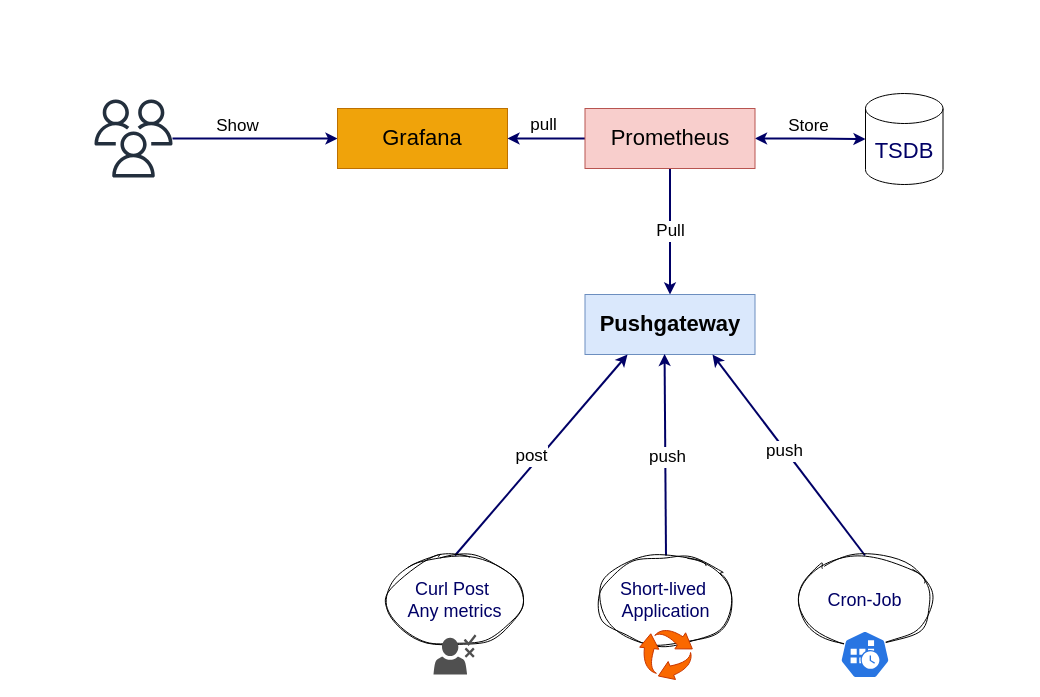
naren4b/k8s-monitoring keeps this draw.io diagram as k8s-prom-pushgateway.drawio. Above is the earlier version. Source tidied: cells renumbered, new cells numbered last; positions are measured from the earlier drawing's top-left corner, leaving out a move shared by most shapes. Both pictures are drawn from the tidied source at 100%, with x=0, y=0 at pixel (94, 93). Pictures stored in the file or linked from it are replaced by grey dashed boxes.
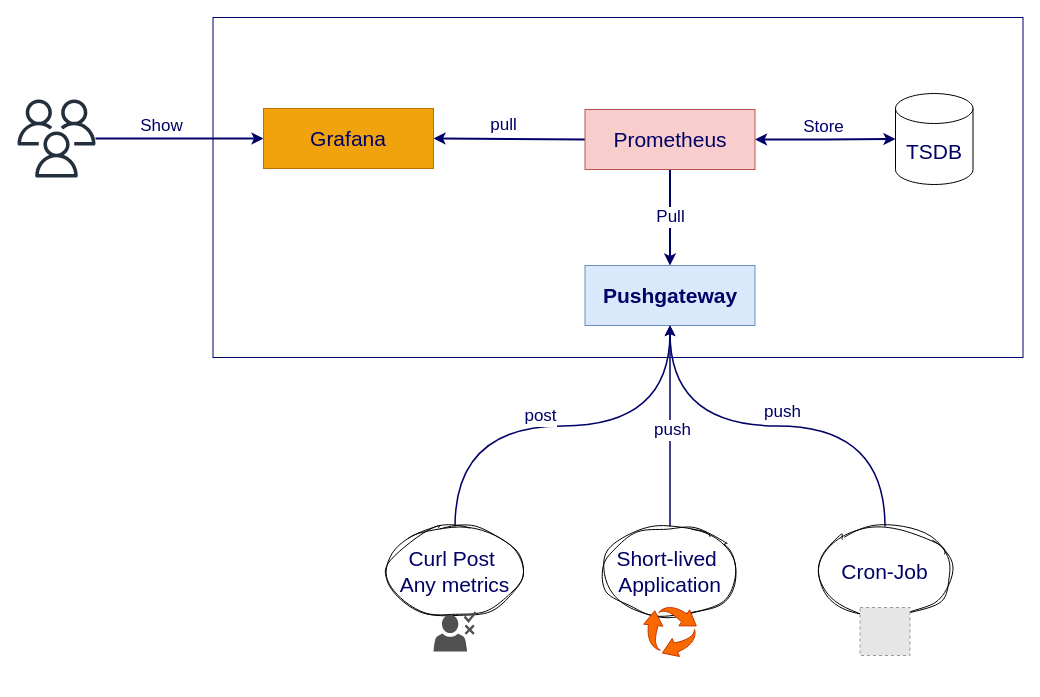
The same page after the edit.

What changed in the source:
```diff
@@
+    <mxCell id="26" style="rounded=0;whiteSpace=wrap;html=1;fillColor=none;strokeColor=#000066;fontSize=21;fontColor=#000066;glass=0;" parent="1" vertex="1">
+      <mxGeometry x="118.5" y="-76" width="810" height="340" as="geometry" />
+    </mxCell>
-    <mxCell id="2" value="&lt;font style=&quot;font-size: 17px;&quot;&gt;Pull&lt;/font&gt;" style="edgeStyle=orthogonalEdgeStyle;rounded=0;jettySize=auto;html=1;exitX=0.5;exitY=1;exitDx=0;exitDy=0;entryX=0.5;entryY=0;entryDx=0;entryDy=0;flowAnimation=1;strokeWidth=2;strokeColor=#000066;labelBackgroundColor=default;" parent="1" edge="1" source="7" target="8">
+    <mxCell id="2" value="&lt;font style=&quot;font-size: 17px;&quot;&gt;Pull&lt;/font&gt;" style="edgeStyle=orthogonalEdgeStyle;rounded=0;jettySize=auto;html=1;exitX=0.5;exitY=1;exitDx=0;exitDy=0;entryX=0.5;entryY=0;entryDx=0;entryDy=0;flowAnimation=1;strokeWidth=2;strokeColor=#000066;labelBackgroundColor=default;fontSize=17;fontColor=#000066;" parent="1" edge="1" source="7" target="8">
       <mxGeometry relative="1" as="geometry" />
     </mxCell>
-    <mxCell id="3" style="rounded=0;jettySize=auto;html=1;exitX=0;exitY=0.5;exitDx=0;exitDy=0;entryX=1;entryY=0.5;entryDx=0;entryDy=0;flowAnimation=1;strokeWidth=2;strokeColor=#000066;" parent="1" edge="1" source="7" target="21">
+    <mxCell id="3" style="rounded=0;jettySize=auto;html=1;exitX=0;exitY=0.5;exitDx=0;exitDy=0;entryX=1;entryY=0.5;entryDx=0;entryDy=0;flowAnimation=1;strokeWidth=2;strokeColor=#000066;fontSize=17;fontColor=#000066;" parent="1" edge="1" source="7" target="21">
       <mxGeometry relative="1" as="geometry" />
     </mxCell>
-    <mxCell id="4" value="&lt;font style=&quot;font-size: 17px;&quot;&gt;pull&lt;/font&gt;" style="edgeLabel;html=1;align=center;verticalAlign=middle;" parent="3" vertex="1">
+    <mxCell id="4" value="&lt;font style=&quot;font-size: 17px;&quot;&gt;pull&lt;/font&gt;" style="edgeLabel;html=1;align=center;verticalAlign=middle;fontSize=17;fontColor=#000066;" parent="3" vertex="1">
       <mxGeometry x="0.08" y="-1" relative="1" as="geometry">
         <mxPoint y="-13" as="offset" />
       </mxGeometry>
     </mxCell>
-    <mxCell id="5" style="edgeStyle=orthogonalEdgeStyle;rounded=0;jettySize=auto;html=1;startArrow=classic;startFill=1;flowAnimation=1;strokeWidth=2;strokeColor=#000066;" parent="1" edge="1" source="7" target="9">
+    <mxCell id="5" style="edgeStyle=orthogonalEdgeStyle;rounded=0;jettySize=auto;html=1;startArrow=classic;startFill=1;flowAnimation=1;strokeWidth=2;strokeColor=#000066;fontSize=17;fontColor=#000066;" parent="1" edge="1" source="7" target="9">
       <mxGeometry relative="1" as="geometry" />
     </mxCell>
-    <mxCell id="6" value="&lt;font style=&quot;font-size: 17px;&quot;&gt;Store&lt;/font&gt;" style="edgeLabel;html=1;align=center;verticalAlign=middle;" parent="5" vertex="1">
+    <mxCell id="6" value="&lt;font style=&quot;font-size: 17px;&quot;&gt;Store&lt;/font&gt;" style="edgeLabel;html=1;align=center;verticalAlign=middle;fontSize=17;fontColor=#000066;" parent="5" vertex="1">
       <mxGeometry x="-0.04" relative="1" as="geometry">
         <mxPoint y="-13" as="offset" />
       </mxGeometry>
     </mxCell>
-    <mxCell id="7" value="Prometheus" style="rounded=0;whiteSpace=wrap;html=1;fontSize=22;fillColor=#f8cecc;strokeColor=#b85450;" parent="1" vertex="1">
-      <mxGeometry x="490.5" y="15" width="170" height="60" as="geometry" />
+    <mxCell id="7" value="Prometheus" style="rounded=0;whiteSpace=wrap;html=1;fontSize=21;fillColor=#f8cecc;strokeColor=#b85450;fontColor=#000066;" parent="1" vertex="1">
+      <mxGeometry x="490.5" y="16" width="170" height="60" as="geometry" />
     </mxCell>
-    <mxCell id="8" value="Pushgateway" style="rounded=0;whiteSpace=wrap;html=1;fontSize=22;fontStyle=1;fillColor=#dae8fc;strokeColor=#6c8ebf;" parent="1" vertex="1">
-      <mxGeometry x="490.5" y="201" width="170" height="60" as="geometry" />
+    <mxCell id="8" value="Pushgateway" style="rounded=0;whiteSpace=wrap;html=1;fontSize=21;fontStyle=1;fillColor=#dae8fc;strokeColor=#6c8ebf;fontColor=#000066;" parent="1" vertex="1">
+      <mxGeometry x="490.5" y="172" width="170" height="60" as="geometry" />
     </mxCell>
-    <mxCell id="9" value="TSDB" style="shape=cylinder3;whiteSpace=wrap;html=1;boundedLbl=1;backgroundOutline=1;size=15;fontSize=22;fontColor=#000066;" parent="1" vertex="1">
-      <mxGeometry x="771" width="77.5" height="91" as="geometry" />
+    <mxCell id="9" value="TSDB" style="shape=cylinder3;whiteSpace=wrap;html=1;boundedLbl=1;backgroundOutline=1;size=15;fontSize=21;fontColor=#000066;" parent="1" vertex="1">
+      <mxGeometry x="801" width="77.5" height="91" as="geometry" />
     </mxCell>
-    <mxCell id="10" style="rounded=0;jettySize=auto;html=1;exitX=0.5;exitY=0;exitDx=0;exitDy=0;entryX=0.468;entryY=0.99;entryDx=0;entryDy=0;flowAnimation=1;strokeWidth=2;strokeColor=#000066;entryPerimeter=0;" parent="1" edge="1" source="12" target="8">
+    <mxCell id="10" style="rounded=0;jettySize=auto;html=1;exitX=0.5;exitY=0;exitDx=0;exitDy=0;flowAnimation=1;strokeWidth=1.5;strokeColor=#000066;edgeStyle=orthogonalEdgeStyle;curved=1;fontSize=17;fontColor=#000066;" parent="1" edge="1" source="12" target="8">
       <mxGeometry relative="1" as="geometry" />
     </mxCell>
-    <mxCell id="11" value="&lt;font style=&quot;font-size: 17px;&quot;&gt;push&lt;/font&gt;" style="edgeLabel;html=1;align=center;verticalAlign=middle;" parent="10" vertex="1">
+    <mxCell id="11" value="&lt;font style=&quot;font-size: 17px;&quot;&gt;push&lt;/font&gt;" style="edgeLabel;html=1;align=center;verticalAlign=middle;fontSize=17;fontColor=#000066;" parent="10" vertex="1">
       <mxGeometry x="-0.03" y="-2" relative="1" as="geometry" />
     </mxCell>
-    <mxCell id="12" value="Short-lived&amp;nbsp;&lt;div style=&quot;font-size: 18px;&quot;&gt;Application&lt;/div&gt;" style="ellipse;whiteSpace=wrap;html=1;fontSize=18;fontColor=#000066;sketch=1;curveFitting=1;jiggle=2;fillColor=none;" parent="1" vertex="1">
-      <mxGeometry x="504" y="462" width="135" height="90" as="geometry" />
+    <mxCell id="12" value="Short-lived&amp;nbsp;&lt;div style=&quot;font-size: 21px;&quot;&gt;Application&lt;/div&gt;" style="ellipse;whiteSpace=wrap;html=1;fontSize=21;fontColor=#000066;sketch=1;curveFitting=1;jiggle=2;fillColor=none;" parent="1" vertex="1">
+      <mxGeometry x="508" y="433" width="135" height="90" as="geometry" />
     </mxCell>
-    <mxCell id="13" style="rounded=0;jettySize=auto;html=1;exitX=0.5;exitY=0;exitDx=0;exitDy=0;entryX=0.75;entryY=1;entryDx=0;entryDy=0;flowAnimation=1;strokeWidth=2;strokeColor=#000066;" parent="1" edge="1" source="15" target="8">
+    <mxCell id="13" style="rounded=0;jettySize=auto;html=1;exitX=0.5;exitY=0;exitDx=0;exitDy=0;flowAnimation=1;strokeWidth=1.5;strokeColor=#000066;edgeStyle=orthogonalEdgeStyle;curved=1;fontSize=17;fontColor=#000066;" parent="1" edge="1" source="15" target="8">
       <mxGeometry relative="1" as="geometry" />
     </mxCell>
-    <mxCell id="14" value="&lt;font style=&quot;font-size: 17px;&quot;&gt;push&lt;/font&gt;" style="edgeLabel;html=1;align=center;verticalAlign=middle;" parent="13" vertex="1">
-      <mxGeometry x="0.05" y="1" relative="1" as="geometry" />
+    <mxCell id="14" value="&lt;font style=&quot;font-size: 17px;&quot;&gt;push&lt;/font&gt;" style="edgeLabel;html=1;align=center;verticalAlign=middle;fontSize=17;fontColor=#000066;" parent="13" vertex="1">
+      <mxGeometry x="0.05" y="1" relative="1" as="geometry">
+        <mxPoint x="14" y="-15" as="offset" />
+      </mxGeometry>
     </mxCell>
-    <mxCell id="15" value="Cron-Job" style="ellipse;whiteSpace=wrap;html=1;fontSize=18;fontColor=#000066;sketch=1;curveFitting=1;jiggle=2;fillColor=none;" parent="1" vertex="1">
-      <mxGeometry x="703" y="462" width="135" height="90" as="geometry" />
+    <mxCell id="15" value="Cron-Job" style="ellipse;whiteSpace=wrap;html=1;fontSize=21;fontColor=#000066;sketch=1;curveFitting=1;jiggle=2;fillColor=none;" parent="1" vertex="1">
+      <mxGeometry x="723" y="433" width="135" height="90" as="geometry" />
     </mxCell>
-    <mxCell id="16" style="rounded=0;jettySize=auto;html=1;exitX=0.5;exitY=0;exitDx=0;exitDy=0;entryX=0.25;entryY=1;entryDx=0;entryDy=0;flowAnimation=1;strokeWidth=2;strokeColor=#000066;" parent="1" edge="1" source="18" target="8">
+    <mxCell id="16" style="rounded=0;jettySize=auto;html=1;exitX=0.5;exitY=0;exitDx=0;exitDy=0;entryX=0.5;entryY=1;entryDx=0;entryDy=0;flowAnimation=1;strokeWidth=1.5;strokeColor=#000066;edgeStyle=orthogonalEdgeStyle;curved=1;fontSize=17;fontColor=#000066;" parent="1" edge="1" source="18" target="8">
       <mxGeometry relative="1" as="geometry" />
     </mxCell>
-    <mxCell id="17" value="&lt;font style=&quot;font-size: 17px;&quot;&gt;post&lt;/font&gt;" style="edgeLabel;html=1;align=center;verticalAlign=middle;" parent="16" vertex="1">
+    <mxCell id="17" value="&lt;font style=&quot;font-size: 17px;&quot;&gt;post&lt;/font&gt;" style="edgeLabel;html=1;align=center;verticalAlign=middle;fontSize=17;fontColor=#000066;" parent="16" vertex="1">
       <mxGeometry x="-0.11" y="1" relative="1" as="geometry">
         <mxPoint y="-9" as="offset" />
       </mxGeometry>
     </mxCell>
-    <mxCell id="18" value="Curl Post&amp;nbsp;&lt;div style=&quot;font-size: 18px;&quot;&gt;Any metrics&lt;/div&gt;" style="ellipse;whiteSpace=wrap;html=1;fontSize=18;fontColor=#000066;sketch=1;curveFitting=1;jiggle=2;fillColor=none;" parent="1" vertex="1">
-      <mxGeometry x="293" y="462" width="135" height="90" as="geometry" />
+    <mxCell id="18" value="Curl Post&amp;nbsp;&lt;div style=&quot;font-size: 21px;&quot;&gt;Any metrics&lt;/div&gt;" style="ellipse;whiteSpace=wrap;html=1;fontSize=21;fontColor=#000066;sketch=1;curveFitting=1;jiggle=2;fillColor=none;" parent="1" vertex="1">
+      <mxGeometry x="293" y="433" width="135" height="90" as="geometry" />
     </mxCell>
-    <mxCell id="19" style="edgeStyle=orthogonalEdgeStyle;rounded=0;jettySize=auto;html=1;entryX=0;entryY=0.5;entryDx=0;entryDy=0;flowAnimation=1;strokeWidth=2;strokeColor=#000066;" parent="1" edge="1" source="22" target="21">
+    <mxCell id="19" style="edgeStyle=orthogonalEdgeStyle;rounded=0;jettySize=auto;html=1;entryX=0;entryY=0.5;entryDx=0;entryDy=0;flowAnimation=1;strokeWidth=2;strokeColor=#000066;fontSize=17;fontColor=#000066;" parent="1" edge="1" source="22" target="21">
       <mxGeometry relative="1" as="geometry" />
     </mxCell>
-    <mxCell id="20" value="&lt;font style=&quot;font-size: 17px;&quot;&gt;Show&lt;/font&gt;" style="edgeLabel;html=1;align=center;verticalAlign=middle;" parent="19" vertex="1">
+    <mxCell id="20" value="&lt;font style=&quot;font-size: 17px;&quot;&gt;Show&lt;/font&gt;" style="edgeLabel;html=1;align=center;verticalAlign=middle;fontSize=17;fontColor=#000066;" parent="19" vertex="1">
       <mxGeometry x="-0.24" y="7" relative="1" as="geometry">
         <mxPoint x="1" y="-6" as="offset" />
       </mxGeometry>
     </mxCell>
-    <mxCell id="21" value="Grafana" style="rounded=0;whiteSpace=wrap;html=1;fontSize=22;fontColor=#000000;fillColor=#f0a30a;strokeColor=#BD7000;" parent="1" vertex="1">
-      <mxGeometry x="243" y="15" width="170" height="60" as="geometry" />
+    <mxCell id="21" value="Grafana" style="rounded=0;whiteSpace=wrap;html=1;fontSize=21;fontColor=#000066;fillColor=#f0a30a;strokeColor=#BD7000;" parent="1" vertex="1">
+      <mxGeometry x="169" y="15" width="170" height="60" as="geometry" />
     </mxCell>
-    <mxCell id="22" style="sketch=0;outlineConnect=0;fontColor=#000066;gradientColor=none;fillColor=#232F3D;strokeColor=none;dashed=0;verticalLabelPosition=bottom;verticalAlign=top;align=center;html=1;fontSize=22;fontStyle=0;shape=mxgraph.aws4.users;" parent="1" vertex="1">
-      <mxGeometry y="6" width="78" height="78" as="geometry" />
+    <mxCell id="22" style="sketch=0;outlineConnect=0;fontColor=#000066;gradientColor=none;fillColor=#232F3D;strokeColor=none;dashed=0;verticalLabelPosition=bottom;verticalAlign=top;align=center;html=1;fontSize=21;fontStyle=0;shape=mxgraph.aws4.users;" parent="1" vertex="1">
+      <mxGeometry x="-77" y="6" width="78" height="78" as="geometry" />
     </mxCell>
-    <mxCell id="23" style="sketch=0;shadow=0;dashed=0;html=1;strokeColor=none;fillColor=#505050;labelPosition=center;verticalLabelPosition=bottom;verticalAlign=top;align=center;shape=mxgraph.office.users.approver;fontSize=22;fontColor=#000066;" parent="1" vertex="1">
-      <mxGeometry x="339" y="541" width="42.9" height="40" as="geometry" />
+    <mxCell id="23" style="sketch=0;shadow=0;dashed=0;html=1;strokeColor=none;fillColor=#505050;labelPosition=center;verticalLabelPosition=bottom;verticalAlign=top;align=center;shape=mxgraph.office.users.approver;fontSize=21;fontColor=#000066;" parent="1" vertex="1">
+      <mxGeometry x="339" y="518" width="42.9" height="40" as="geometry" />
     </mxCell>
-    <mxCell id="24" style="sketch=0;html=1;shadow=0;verticalAlign=top;labelPosition=center;verticalLabelPosition=bottom;shape=mxgraph.gcp2.arrow_cycle;strokeColor=#C73500;fillColor=#fa6800;fontColor=#000000;" parent="1" vertex="1">
-      <mxGeometry x="545.2" y="536" width="52.6" height="50" as="geometry" />
+    <mxCell id="24" style="sketch=0;html=1;shadow=0;verticalAlign=top;labelPosition=center;verticalLabelPosition=bottom;shape=mxgraph.gcp2.arrow_cycle;strokeColor=#C73500;fillColor=#fa6800;fontColor=#000066;fontSize=21;" parent="1" vertex="1">
+      <mxGeometry x="549.2" y="513" width="52.6" height="50" as="geometry" />
     </mxCell>
-    <mxCell id="25" style="sketch=0;html=1;dashed=0;whitespace=wrap;fillColor=#2875E2;strokeColor=#ffffff;shape=mxgraph.kubernetes.icon2;prIcon=cronjob;" parent="1" vertex="1">
-      <mxGeometry x="745.5" y="537" width="50" height="48" as="geometry" />
-    </mxCell>
+    <mxCell id="27" style="fillColor=#E6E6E6;strokeColor=#999999;dashed=1;html=1;verticalAlign=top;verticalLabelPosition=bottom;labelBackgroundColor=#ffffff;fontSize=21;fontColor=#000066;" parent="1" vertex="1">
+      <mxGeometry x="765.5" y="514" width="50" height="48" as="geometry" />
+    </mxCell>
```
